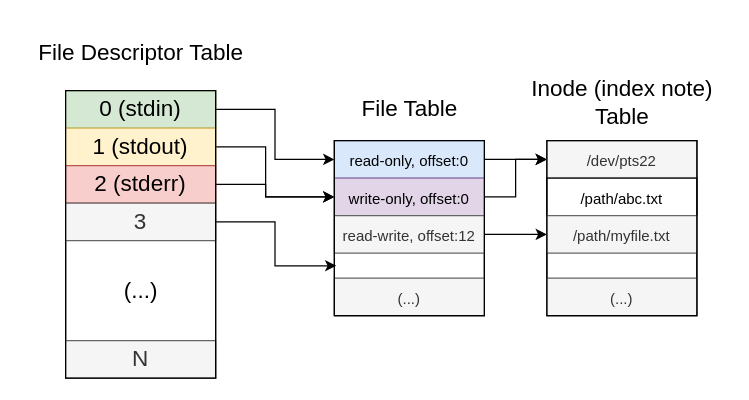
This is page "FileDescriptorTable" (4 of 6) of 5th-semester/tvs/docs/tvs-diagrams.drawio from andre-j3sus/isel-leic-notes, a draw.io file, before an edit. Source tidied: cells renumbered, new cells numbered last; positions are measured from the earlier drawing's top-left corner, leaving out a move shared by most shapes. Both pictures are drawn from the tidied source at 125%, with x=0, y=0 at pixel (21, 28).
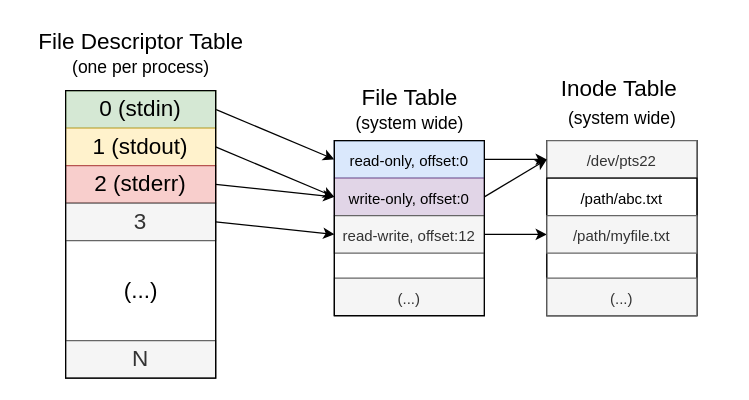
The same page after the edit.

Unchanged cells that the change refers to:
```xml
<mxCell id="4" style="rounded=0;whiteSpace=wrap;html=1;fontSize=17;" parent="1" vertex="1">
  <mxGeometry x="250" y="90" width="120" height="140" as="geometry" />
</mxCell>
<mxCell id="7" value="0 (stdin)" style="rounded=0;whiteSpace=wrap;html=1;fontSize=18;strokeColor=#82b366;fillColor=#d5e8d4;" parent="1" vertex="1">
  <mxGeometry x="35" y="50" width="120" height="30" as="geometry" />
</mxCell>
<mxCell id="9" value="1 (stdout)" style="rounded=0;whiteSpace=wrap;html=1;fontSize=18;strokeColor=#d6b656;fillColor=#fff2cc;" parent="1" vertex="1">
  <mxGeometry x="35" y="80" width="120" height="30" as="geometry" />
</mxCell>
<mxCell id="11" value="2 (stderr)" style="rounded=0;whiteSpace=wrap;html=1;fontSize=18;strokeColor=#b85450;fillColor=#f8cecc;" parent="1" vertex="1">
  <mxGeometry x="35" y="110" width="120" height="30" as="geometry" />
</mxCell>
<mxCell id="13" value="3" style="rounded=0;whiteSpace=wrap;html=1;fontSize=18;strokeColor=#666666;fillColor=#f5f5f5;fontColor=#333333;" parent="1" vertex="1">
  <mxGeometry x="35" y="140" width="120" height="30" as="geometry" />
</mxCell>
<mxCell id="18" value="&lt;font style=&quot;font-size: 12px;&quot;&gt;read-only, offset:0&lt;/font&gt;" style="rounded=0;whiteSpace=wrap;html=1;fontSize=18;fillColor=#dae8fc;strokeColor=#6c8ebf;" parent="1" vertex="1">
  <mxGeometry x="250" y="90" width="120" height="30" as="geometry" />
</mxCell>
<mxCell id="20" value="&lt;font style=&quot;font-size: 12px;&quot;&gt;write-only, offset:0&lt;/font&gt;" style="rounded=0;whiteSpace=wrap;html=1;fontSize=18;fillColor=#e1d5e7;strokeColor=#9673a6;" parent="1" vertex="1">
  <mxGeometry x="250" y="120" width="120" height="30" as="geometry" />
</mxCell>
<mxCell id="22" value="&lt;font style=&quot;font-size: 12px;&quot;&gt;read-write, offset:12&lt;/font&gt;" style="rounded=0;whiteSpace=wrap;html=1;fontSize=18;fillColor=#f5f5f5;fontColor=#333333;strokeColor=#666666;" parent="1" vertex="1">
  <mxGeometry x="250" y="150" width="120" height="30" as="geometry" />
</mxCell>
<mxCell id="27" value="&lt;font style=&quot;font-size: 12px;&quot;&gt;/dev/pts22&lt;/font&gt;" style="rounded=0;whiteSpace=wrap;html=1;fontSize=18;fillColor=#f5f5f5;strokeColor=#666666;fontColor=#333333;" parent="1" vertex="1">
  <mxGeometry x="420" y="90" width="120" height="30" as="geometry" />
</mxCell>
```

What changed in the source:
```diff
@@
-    <mxCell id="3" value="&lt;font style=&quot;font-size: 18px;&quot;&gt;File Descriptor Table&lt;/font&gt;" style="text;html=1;align=center;verticalAlign=middle;strokeColor=none;fillColor=none;" parent="1" vertex="1">
-      <mxGeometry width="190" height="40" as="geometry" />
+    <mxCell id="3" value="&lt;font style=&quot;&quot;&gt;&lt;span style=&quot;font-size: 18px;&quot;&gt;File Descriptor Table&lt;/span&gt;&lt;br&gt;&lt;font style=&quot;font-size: 14px;&quot;&gt;(one per process)&lt;/font&gt;&lt;br&gt;&lt;/font&gt;" style="text;html=1;align=center;verticalAlign=middle;strokeColor=none;fillColor=none;" parent="1" vertex="1">
+      <mxGeometry y="-5" width="190" height="50" as="geometry" />
     </mxCell>
@@
-    <mxCell id="5" value="&lt;font style=&quot;font-size: 18px;&quot;&gt;File Table&lt;/font&gt;" style="text;html=1;align=center;verticalAlign=middle;strokeColor=none;fillColor=none;" parent="1" vertex="1">
-      <mxGeometry x="260" y="45" width="100" height="40" as="geometry" />
+    <mxCell id="5" value="&lt;font style=&quot;&quot;&gt;&lt;span style=&quot;font-size: 18px;&quot;&gt;File Table&lt;/span&gt;&lt;br&gt;&lt;font style=&quot;font-size: 14px;&quot;&gt;(system wide)&lt;/font&gt;&lt;br&gt;&lt;/font&gt;" style="text;html=1;align=center;verticalAlign=middle;strokeColor=none;fillColor=none;" parent="1" vertex="1">
+      <mxGeometry x="255" y="40" width="110" height="50" as="geometry" />
     </mxCell>
-    <mxCell id="6" style="edgeStyle=orthogonalEdgeStyle;rounded=0;jettySize=auto;html=1;entryX=0;entryY=0.5;entryDx=0;entryDy=0;fontSize=12;" parent="1" edge="1" source="7" target="18">
+    <mxCell id="6" style="rounded=0;jettySize=auto;html=1;fontSize=12;exitX=1;exitY=0.5;exitDx=0;exitDy=0;entryX=0;entryY=0.5;entryDx=0;entryDy=0;" parent="1" edge="1" source="7" target="18">
       <mxGeometry relative="1" as="geometry" />
     </mxCell>
@@
-    <mxCell id="8" style="edgeStyle=orthogonalEdgeStyle;rounded=0;jettySize=auto;html=1;entryX=0;entryY=0.5;entryDx=0;entryDy=0;fontSize=12;" parent="1" edge="1" source="9" target="20">
-      <mxGeometry relative="1" as="geometry">
-        <Array as="points">
-          <mxPoint x="195" y="95" />
-          <mxPoint x="195" y="135" />
-        </Array>
-      </mxGeometry>
-    </mxCell>
@@
-    <mxCell id="10" style="edgeStyle=orthogonalEdgeStyle;rounded=0;jettySize=auto;html=1;entryX=0;entryY=0.5;entryDx=0;entryDy=0;fontSize=12;" parent="1" edge="1" source="11" target="20">
-      <mxGeometry relative="1" as="geometry">
-        <Array as="points">
-          <mxPoint x="195" y="125" />
-          <mxPoint x="195" y="135" />
-        </Array>
-      </mxGeometry>
-    </mxCell>
@@
-    <mxCell id="12" style="edgeStyle=orthogonalEdgeStyle;rounded=0;jettySize=auto;html=1;entryX=0.013;entryY=0.715;entryDx=0;entryDy=0;entryPerimeter=0;fontSize=12;" parent="1" edge="1" source="13" target="4">
-      <mxGeometry relative="1" as="geometry" />
-    </mxCell>
@@
-    <mxCell id="17" style="edgeStyle=orthogonalEdgeStyle;rounded=0;jettySize=auto;html=1;entryX=0;entryY=0.5;entryDx=0;entryDy=0;fontSize=12;" parent="1" edge="1" source="18" target="27">
-      <mxGeometry relative="1" as="geometry" />
-    </mxCell>
@@
-    <mxCell id="19" style="edgeStyle=orthogonalEdgeStyle;rounded=0;jettySize=auto;html=1;entryX=0;entryY=0.5;entryDx=0;entryDy=0;fontSize=12;" parent="1" edge="1" source="20" target="27">
-      <mxGeometry relative="1" as="geometry" />
-    </mxCell>
@@
     <mxCell id="24" style="rounded=0;whiteSpace=wrap;html=1;fontSize=12;strokeColor=default;fillColor=none;" parent="1" vertex="1">
-      <mxGeometry x="250" y="90" width="120" height="140" as="geometry" />
+      <mxGeometry x="420" y="90" width="120" height="140" as="geometry" />
     </mxCell>
-    <mxCell id="25" value="&lt;font style=&quot;font-size: 18px;&quot;&gt;Inode (index note) &lt;br&gt;Table&lt;/font&gt;" style="text;html=1;align=center;verticalAlign=middle;strokeColor=none;fillColor=none;" parent="1" vertex="1">
-      <mxGeometry x="395" y="30" width="170" height="60" as="geometry" />
+    <mxCell id="25" value="&lt;font style=&quot;font-size: 18px;&quot;&gt;Inode Table&amp;nbsp;&lt;br&gt;&lt;span style=&quot;font-size: 14px;&quot;&gt;(system wide)&lt;/span&gt;&lt;br&gt;&lt;/font&gt;" style="text;html=1;align=center;verticalAlign=middle;strokeColor=none;fillColor=none;" parent="1" vertex="1">
+      <mxGeometry x="420" y="30" width="120" height="60" as="geometry" />
     </mxCell>
@@
     <mxCell id="31" style="rounded=0;whiteSpace=wrap;html=1;fontSize=12;strokeColor=default;fillColor=none;" parent="1" vertex="1">
-      <mxGeometry x="420" y="90" width="120" height="140" as="geometry" />
+      <mxGeometry x="250" y="90" width="120" height="140" as="geometry" />
     </mxCell>
+    <mxCell id="8" style="rounded=0;jettySize=auto;html=1;fontSize=12;exitX=1;exitY=0.5;exitDx=0;exitDy=0;entryX=0;entryY=0.5;entryDx=0;entryDy=0;" parent="1" edge="1" source="9" target="20">
+      <mxGeometry relative="1" as="geometry" />
+    </mxCell>
+    <mxCell id="10" style="rounded=0;jettySize=auto;html=1;fontSize=12;exitX=1;exitY=0.5;exitDx=0;exitDy=0;entryX=0;entryY=0.5;entryDx=0;entryDy=0;" parent="1" edge="1" source="11" target="20">
+      <mxGeometry relative="1" as="geometry" />
+    </mxCell>
+    <mxCell id="32" style="rounded=0;jettySize=auto;html=1;fontSize=12;exitX=1;exitY=0.5;exitDx=0;exitDy=0;entryX=0;entryY=0.5;entryDx=0;entryDy=0;" parent="1" edge="1" source="13" target="22">
+      <mxGeometry relative="1" as="geometry" />
+    </mxCell>
+    <mxCell id="19" style="rounded=0;jettySize=auto;html=1;fontSize=12;exitX=1;exitY=0.5;exitDx=0;exitDy=0;entryX=0;entryY=0.5;entryDx=0;entryDy=0;" parent="1" edge="1" source="20" target="27">
+      <mxGeometry relative="1" as="geometry" />
+    </mxCell>
+    <mxCell id="17" style="rounded=0;jettySize=auto;html=1;fontSize=12;exitX=1;exitY=0.5;exitDx=0;exitDy=0;entryX=0;entryY=0.5;entryDx=0;entryDy=0;" parent="1" edge="1" source="18" target="27">
+      <mxGeometry relative="1" as="geometry" />
+    </mxCell>
```
